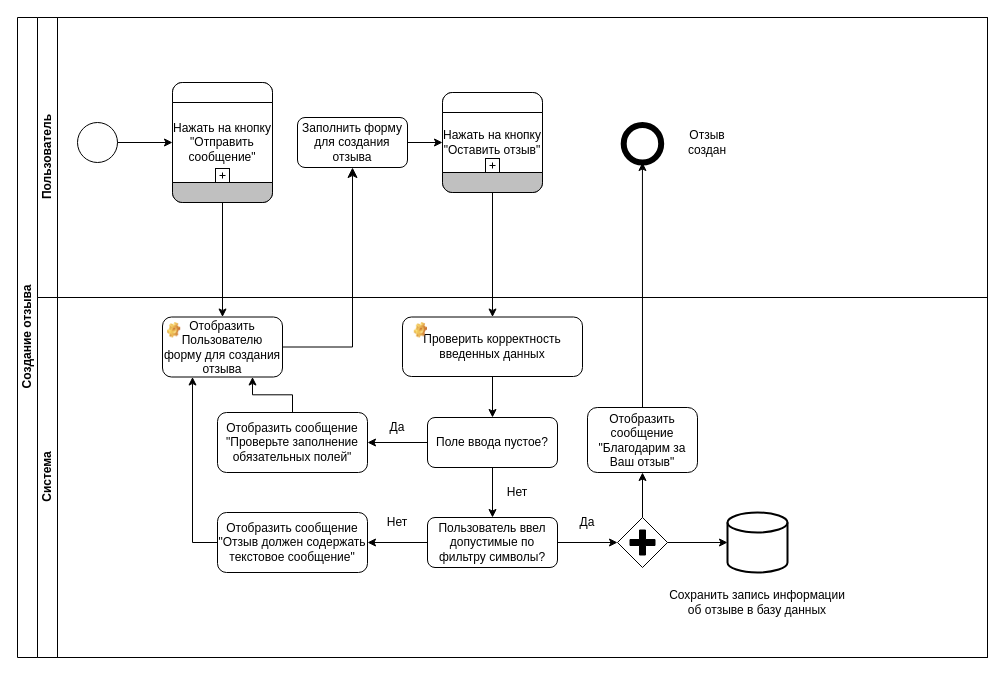
The draw.io diagram use case 2.drawio in pytonuserouner/UML_study, before the edit. Source tidied: cells renumbered, new cells numbered last; positions are measured from the earlier drawing's top-left corner, leaving out a move shared by most shapes. Both pictures are drawn from the tidied source at 100%, with x=0, y=0 at pixel (17, 17).
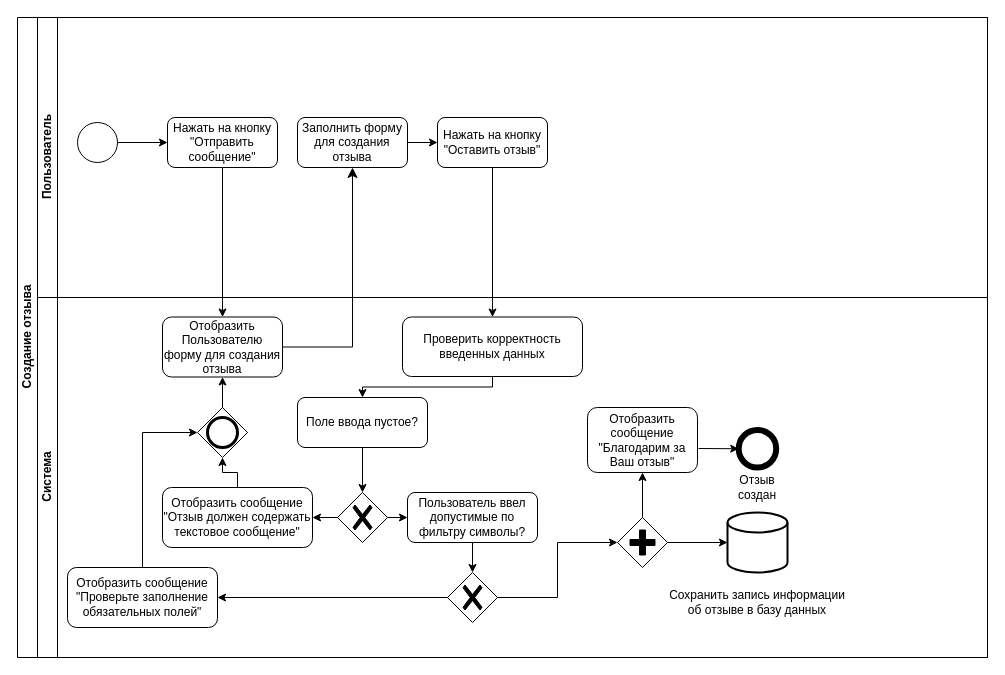
Above is the later version.

The change refers to these unchanged cells:
```xml
<mxCell id="2" value="Создание отзыва" style="swimlane;html=1;horizontal=0;startSize=20;" parent="1" vertex="1">
  <mxGeometry width="970" height="640" as="geometry" />
</mxCell>
<mxCell id="3" value="Пользователь" style="swimlane;html=1;startSize=20;horizontal=0;" parent="2" vertex="1">
  <mxGeometry x="20" width="950" height="280" as="geometry" />
</mxCell>
<mxCell id="4" style="ellipse;whiteSpace=wrap;html=1;" parent="3" vertex="1">
  <mxGeometry x="40" y="105" width="40" height="40" as="geometry" />
</mxCell>
<mxCell id="6" value="Заполнить форму для создания отзыва" style="rounded=1;whiteSpace=wrap;html=1;" parent="3" vertex="1">
  <mxGeometry x="260" y="100" width="110" height="50" as="geometry" />
</mxCell>
<mxCell id="20" value="Система" style="swimlane;html=1;startSize=20;horizontal=0;" parent="2" vertex="1">
  <mxGeometry x="20" y="280" width="950" height="360" as="geometry" />
</mxCell>
<mxCell id="21" value="Отобразить Пользователю форму для создания отзыва" style="rounded=1;whiteSpace=wrap;html=1;" parent="20" vertex="1">
  <mxGeometry x="125" y="19.5" width="120" height="60" as="geometry" />
</mxCell>
<mxCell id="26" value="Проверить корректность введенных данных" style="rounded=1;whiteSpace=wrap;html=1;" parent="20" vertex="1">
  <mxGeometry x="365" y="19.5" width="180" height="59.5" as="geometry" />
</mxCell>
<mxCell id="32" style="points=[[0.25,0.25,0],[0.5,0,0],[0.75,0.25,0],[1,0.5,0],[0.75,0.75,0],[0.5,1,0],[0.25,0.75,0],[0,0.5,0]];shape=mxgraph.bpmn.gateway2;html=1;verticalLabelPosition=bottom;labelBackgroundColor=#ffffff;verticalAlign=top;align=center;perimeter=rhombusPerimeter;outlineConnect=0;outline=none;symbol=none;gwType=parallel;" parent="20" vertex="1">
  <mxGeometry x="580" y="220" width="50" height="50" as="geometry" />
</mxCell>
<mxCell id="35" value="Отобразить сообщение &quot;Благодарим за Ваш отзыв&quot;" style="rounded=1;whiteSpace=wrap;html=1;" parent="20" vertex="1">
  <mxGeometry x="550" y="110" width="110" height="65" as="geometry" />
</mxCell>
```

The edit, as a diff of the source:
```diff
@@
-    <mxCell id="5" style="endArrow=classic;html=1;rounded=0;exitX=1;exitY=0.5;exitDx=0;exitDy=0;entryX=0;entryY=0.5;entryDx=0;entryDy=0;" parent="3" edge="1" source="4" target="10">
+    <mxCell id="5" style="endArrow=classic;html=1;rounded=0;exitX=1;exitY=0.5;exitDx=0;exitDy=0;entryX=0;entryY=0.5;entryDx=0;entryDy=0;" parent="3" edge="1" source="4" target="12">
       <mxGeometry relative="1" as="geometry" />
     </mxCell>
@@
-    <mxCell id="7" style="ellipse;whiteSpace=wrap;html=1;strokeWidth=6;" parent="3" vertex="1">
-      <mxGeometry x="586.2" y="107.5" width="37.5" height="37.5" as="geometry" />
-    </mxCell>
-    <mxCell id="8" value="Отзыв создан" style="text;html=1;align=center;verticalAlign=middle;whiteSpace=wrap;rounded=0;" parent="3" vertex="1">
-      <mxGeometry x="640" y="110" width="60" height="30" as="geometry" />
-    </mxCell>
-    <mxCell id="9" style="endArrow=classic;html=1;rounded=0;exitX=1;exitY=0.5;exitDx=0;exitDy=0;entryX=0;entryY=0.5;entryDx=0;entryDy=0;" parent="3" edge="1" source="6" target="14">
+    <mxCell id="9" style="endArrow=classic;html=1;rounded=0;exitX=1;exitY=0.5;exitDx=0;exitDy=0;entryX=0;entryY=0.5;entryDx=0;entryDy=0;" parent="3" edge="1" source="6" target="16">
       <mxGeometry relative="1" as="geometry" />
     </mxCell>
-    <mxCell id="10" style="rounded=1;whiteSpace=wrap;html=1;absoluteArcSize=1;arcSize=20;horizontal=1;" parent="3" vertex="1">
-      <mxGeometry x="135" y="65" width="100" height="120" as="geometry" />
-    </mxCell>
-    <mxCell id="11" style="whiteSpace=wrap;html=1;shape=mxgraph.basic.rect;size=10;rectStyle=rounded;bottomRightStyle=square;bottomLeftStyle=square;" parent="10" vertex="1">
-      <mxGeometry width="100" height="20" as="geometry" />
-    </mxCell>
-    <mxCell id="12" value="Нажать на кнопку &quot;Отправить сообщение&quot;" style="shape=mxgraph.bpmn.task;arcSize=0;taskMarker=abstract;isLoopSub=1;whiteSpace=wrap;html=1;" parent="10" vertex="1">
-      <mxGeometry y="20" width="100" height="80" as="geometry" />
+    <mxCell id="12" value="Нажать на кнопку &quot;Отправить сообщение&quot;" style="rounded=1;whiteSpace=wrap;html=1;" parent="3" vertex="1">
+      <mxGeometry x="130" y="100" width="110" height="50" as="geometry" />
     </mxCell>
-    <mxCell id="13" style="whiteSpace=wrap;html=1;shape=mxgraph.basic.rect;size=10;rectStyle=rounded;topRightStyle=square;topLeftStyle=square;fillColor=#C0C0C0;" parent="10" vertex="1">
-      <mxGeometry y="100" width="100" height="20" as="geometry" />
-    </mxCell>
-    <mxCell id="14" style="rounded=1;whiteSpace=wrap;html=1;absoluteArcSize=1;arcSize=20;horizontal=1;" parent="3" vertex="1">
-      <mxGeometry x="405" y="75" width="100" height="100" as="geometry" />
-    </mxCell>
-    <mxCell id="15" style="whiteSpace=wrap;html=1;shape=mxgraph.basic.rect;size=10;rectStyle=rounded;bottomRightStyle=square;bottomLeftStyle=square;" parent="14" vertex="1">
-      <mxGeometry width="100" height="20" as="geometry" />
-    </mxCell>
-    <mxCell id="16" value="Нажать на кнопку &quot;Оставить отзыв&quot;" style="shape=mxgraph.bpmn.task;arcSize=0;taskMarker=abstract;isLoopSub=1;whiteSpace=wrap;html=1;" parent="14" vertex="1">
-      <mxGeometry y="20" width="100" height="60" as="geometry" />
+    <mxCell id="16" value="Нажать на кнопку &quot;Оставить отзыв&quot;" style="rounded=1;whiteSpace=wrap;html=1;" parent="3" vertex="1">
+      <mxGeometry x="400" y="100" width="110" height="50" as="geometry" />
     </mxCell>
-    <mxCell id="17" style="whiteSpace=wrap;html=1;shape=mxgraph.basic.rect;size=10;rectStyle=rounded;topRightStyle=square;topLeftStyle=square;fillColor=#C0C0C0;" parent="14" vertex="1">
-      <mxGeometry y="80" width="100" height="20" as="geometry" />
-    </mxCell>
-    <mxCell id="18" style="endArrow=classic;html=1;rounded=0;exitX=0.5;exitY=1;exitDx=0;exitDy=0;entryX=0.5;entryY=0;entryDx=0;entryDy=0;" parent="2" edge="1" source="10" target="21">
+    <mxCell id="18" style="endArrow=classic;html=1;rounded=0;exitX=0.5;exitY=1;exitDx=0;exitDy=0;entryX=0.5;entryY=0;entryDx=0;entryDy=0;" parent="2" edge="1" source="12" target="21">
       <mxGeometry relative="1" as="geometry" />
     </mxCell>
@@
+    <mxCell id="46" style="endArrow=classic;html=1;rounded=0;exitX=0.5;exitY=1;exitDx=0;exitDy=0;entryX=0.5;entryY=0;entryDx=0;entryDy=0;" parent="2" edge="1" source="16" target="26">
+      <mxGeometry relative="1" as="geometry" />
+    </mxCell>
@@
-    <mxCell id="23" style="shape=image;html=1;verticalLabelPosition=bottom;verticalAlign=top;imageAspect=1;image=img/clipart/Gear_128x128.png;" parent="20" vertex="1">
-      <mxGeometry x="130" y="25" width="13.2" height="15.5" as="geometry" />
-    </mxCell>
@@
     <mxCell id="25" value="Поле ввода пустое?" style="rounded=1;whiteSpace=wrap;html=1;" parent="20" vertex="1">
-      <mxGeometry x="390" y="120" width="130" height="50" as="geometry" />
+      <mxGeometry x="260" y="100" width="130" height="50" as="geometry" />
     </mxCell>
@@
-    <mxCell id="27" style="shape=image;html=1;verticalLabelPosition=bottom;verticalAlign=top;imageAspect=1;image=img/clipart/Gear_128x128.png;" parent="20" vertex="1">
-      <mxGeometry x="376.8" y="25" width="13.2" height="15.5" as="geometry" />
-    </mxCell>
-    <mxCell id="28" style="endArrow=classic;html=1;rounded=0;exitX=0.5;exitY=1;exitDx=0;exitDy=0;" parent="20" edge="1" source="26" target="25">
-      <mxGeometry relative="1" as="geometry" />
-    </mxCell>
-    <mxCell id="29" value="Нет" style="text;html=1;align=center;verticalAlign=middle;whiteSpace=wrap;rounded=0;" parent="20" vertex="1">
-      <mxGeometry x="450" y="180" width="60" height="30" as="geometry" />
-    </mxCell>
-    <mxCell id="30" value="Нет" style="text;html=1;align=center;verticalAlign=middle;whiteSpace=wrap;rounded=0;" parent="20" vertex="1">
-      <mxGeometry x="330" y="210" width="60" height="30" as="geometry" />
-    </mxCell>
-    <mxCell id="31" value="Да" style="text;html=1;align=center;verticalAlign=middle;whiteSpace=wrap;rounded=0;" parent="20" vertex="1">
-      <mxGeometry x="520" y="210" width="60" height="30" as="geometry" />
-    </mxCell>
@@
-    <mxCell id="33" style="endArrow=classic;html=1;rounded=0;exitX=1;exitY=0.5;exitDx=0;exitDy=0;entryX=0;entryY=0.5;entryDx=0;entryDy=0;entryPerimeter=0;" parent="20" edge="1" target="32">
-      <mxGeometry relative="1" as="geometry">
-        <mxPoint x="520" y="245" as="sourcePoint" />
-      </mxGeometry>
+    <mxCell id="33" style="endArrow=classic;html=1;rounded=0;exitX=1;exitY=0.5;exitDx=0;exitDy=0;entryX=0;entryY=0.5;entryDx=0;entryDy=0;entryPerimeter=0;exitPerimeter=0;edgeStyle=orthogonalEdgeStyle;" parent="20" edge="1" source="55" target="32">
+      <mxGeometry relative="1" as="geometry" />
     </mxCell>
@@
     <mxCell id="37" value="Отобразить сообщение &quot;Проверьте заполнение обязательных полей&quot;" style="rounded=1;whiteSpace=wrap;html=1;" parent="20" vertex="1">
-      <mxGeometry x="180" y="115" width="150" height="60" as="geometry" />
+      <mxGeometry x="30" y="270" width="150" height="60" as="geometry" />
     </mxCell>
-    <mxCell id="38" style="endArrow=classic;html=1;rounded=0;entryX=1;entryY=0.5;entryDx=0;entryDy=0;exitX=0;exitY=0.5;exitDx=0;exitDy=0;" parent="20" edge="1" source="25" target="37">
-      <mxGeometry relative="1" as="geometry" />
-    </mxCell>
     <mxCell id="39" value="Пользователь ввел допустимые по фильтру символы?" style="rounded=1;whiteSpace=wrap;html=1;" parent="20" vertex="1">
-      <mxGeometry x="390" y="220" width="130" height="50" as="geometry" />
+      <mxGeometry x="370" y="195" width="130" height="50" as="geometry" />
     </mxCell>
-    <mxCell id="40" style="endArrow=classic;html=1;rounded=0;entryX=0.5;entryY=0;entryDx=0;entryDy=0;exitX=0.5;exitY=1;exitDx=0;exitDy=0;" parent="20" edge="1" source="25" target="39">
+    <mxCell id="40" style="endArrow=classic;html=1;rounded=0;entryX=0.5;entryY=0;entryDx=0;entryDy=0;exitX=0.5;exitY=1;exitDx=0;exitDy=0;entryPerimeter=0;" parent="20" edge="1" source="25" target="52">
       <mxGeometry relative="1" as="geometry" />
     </mxCell>
-    <mxCell id="41" value="Да" style="text;html=1;align=center;verticalAlign=middle;whiteSpace=wrap;rounded=0;" parent="20" vertex="1">
-      <mxGeometry x="330" y="115" width="60" height="30" as="geometry" />
-    </mxCell>
     <mxCell id="42" value="Отобразить сообщение &quot;Отзыв должен содержать текстовое сообщение&quot;" style="rounded=1;whiteSpace=wrap;html=1;" parent="20" vertex="1">
-      <mxGeometry x="180" y="215" width="150" height="60" as="geometry" />
+      <mxGeometry x="125" y="190" width="150" height="60" as="geometry" />
     </mxCell>
-    <mxCell id="43" style="endArrow=classic;html=1;rounded=0;entryX=1;entryY=0.5;entryDx=0;entryDy=0;exitX=0;exitY=0.5;exitDx=0;exitDy=0;" parent="20" edge="1" source="39" target="42">
-      <mxGeometry relative="1" as="geometry" />
-    </mxCell>
-    <mxCell id="44" style="endArrow=classic;html=1;rounded=0;entryX=0.25;entryY=1;entryDx=0;entryDy=0;exitX=0;exitY=0.5;exitDx=0;exitDy=0;edgeStyle=orthogonalEdgeStyle;" parent="20" edge="1" source="42" target="21">
-      <mxGeometry relative="1" as="geometry" />
-    </mxCell>
-    <mxCell id="45" style="endArrow=classic;html=1;rounded=0;entryX=0.75;entryY=1;entryDx=0;entryDy=0;exitX=0.5;exitY=0;exitDx=0;exitDy=0;edgeStyle=orthogonalEdgeStyle;" parent="20" edge="1" source="37" target="21">
-      <mxGeometry relative="1" as="geometry" />
-    </mxCell>
-    <mxCell id="46" style="endArrow=classic;html=1;rounded=0;exitX=0.5;exitY=1;exitDx=0;exitDy=0;entryX=0.5;entryY=0;entryDx=0;entryDy=0;" parent="2" edge="1" source="14" target="26">
-      <mxGeometry relative="1" as="geometry" />
-    </mxCell>
+    <mxCell id="8" value="Отзыв создан" style="text;html=1;align=center;verticalAlign=middle;whiteSpace=wrap;rounded=0;" parent="20" vertex="1">
+      <mxGeometry x="690" y="175" width="60" height="30" as="geometry" />
+    </mxCell>
+    <mxCell id="7" style="ellipse;whiteSpace=wrap;html=1;strokeWidth=6;" parent="20" vertex="1">
+      <mxGeometry x="701.2" y="132.5" width="37.5" height="37.5" as="geometry" />
+    </mxCell>
-    <mxCell id="47" style="endArrow=classic;html=1;rounded=0;exitX=0.5;exitY=0;exitDx=0;exitDy=0;entryX=0.5;entryY=1;entryDx=0;entryDy=0;" parent="2" edge="1" source="35" target="7">
+    <mxCell id="47" style="endArrow=classic;html=1;rounded=0;exitX=1.009;exitY=0.631;exitDx=0;exitDy=0;entryX=0;entryY=0.5;entryDx=0;entryDy=0;exitPerimeter=0;" parent="20" edge="1" source="35" target="7">
       <mxGeometry relative="1" as="geometry" />
     </mxCell>
+    <mxCell id="48" style="endArrow=classic;html=1;rounded=0;entryX=0.5;entryY=1;entryDx=0;entryDy=0;exitX=0.5;exitY=0;exitDx=0;exitDy=0;exitPerimeter=0;" parent="20" edge="1" source="50" target="21">
+      <mxGeometry relative="1" as="geometry" />
+    </mxCell>
+    <mxCell id="49" style="endArrow=classic;html=1;rounded=0;exitX=0.5;exitY=0;exitDx=0;exitDy=0;entryX=0;entryY=0.5;entryDx=0;entryDy=0;entryPerimeter=0;edgeStyle=orthogonalEdgeStyle;" parent="20" edge="1" source="37" target="50">
+      <mxGeometry relative="1" as="geometry" />
+    </mxCell>
+    <mxCell id="50" style="points=[[0.25,0.25,0],[0.5,0,0],[0.75,0.25,0],[1,0.5,0],[0.75,0.75,0],[0.5,1,0],[0.25,0.75,0],[0,0.5,0]];shape=mxgraph.bpmn.gateway2;html=1;verticalLabelPosition=bottom;labelBackgroundColor=#ffffff;verticalAlign=top;align=center;perimeter=rhombusPerimeter;outlineConnect=0;outline=end;symbol=general;" parent="20" vertex="1">
+      <mxGeometry x="160" y="110" width="50" height="50" as="geometry" />
+    </mxCell>
+    <mxCell id="51" style="endArrow=classic;html=1;rounded=0;exitX=0.5;exitY=0;exitDx=0;exitDy=0;entryX=0.5;entryY=1;entryDx=0;entryDy=0;entryPerimeter=0;edgeStyle=orthogonalEdgeStyle;" parent="20" edge="1" source="42" target="50">
+      <mxGeometry relative="1" as="geometry" />
+    </mxCell>
+    <mxCell id="52" style="points=[[0.25,0.25,0],[0.5,0,0],[0.75,0.25,0],[1,0.5,0],[0.75,0.75,0],[0.5,1,0],[0.25,0.75,0],[0,0.5,0]];shape=mxgraph.bpmn.gateway2;html=1;verticalLabelPosition=bottom;labelBackgroundColor=#ffffff;verticalAlign=top;align=center;perimeter=rhombusPerimeter;outlineConnect=0;outline=none;symbol=none;gwType=exclusive;" parent="20" vertex="1">
+      <mxGeometry x="300" y="195" width="50" height="50" as="geometry" />
+    </mxCell>
+    <mxCell id="28" style="endArrow=classic;html=1;rounded=0;exitX=0.5;exitY=1;exitDx=0;exitDy=0;entryX=0.5;entryY=0;entryDx=0;entryDy=0;edgeStyle=orthogonalEdgeStyle;" parent="20" edge="1" source="26" target="25">
+      <mxGeometry relative="1" as="geometry" />
+    </mxCell>
+    <mxCell id="53" style="endArrow=classic;html=1;rounded=0;exitX=0;exitY=0.5;exitDx=0;exitDy=0;exitPerimeter=0;entryX=1;entryY=0.5;entryDx=0;entryDy=0;" parent="20" edge="1" source="52" target="42">
+      <mxGeometry relative="1" as="geometry" />
+    </mxCell>
+    <mxCell id="54" style="endArrow=classic;html=1;rounded=0;exitX=1;exitY=0.5;exitDx=0;exitDy=0;exitPerimeter=0;entryX=0;entryY=0.5;entryDx=0;entryDy=0;" parent="20" edge="1" source="52" target="39">
+      <mxGeometry relative="1" as="geometry" />
+    </mxCell>
+    <mxCell id="55" style="points=[[0.25,0.25,0],[0.5,0,0],[0.75,0.25,0],[1,0.5,0],[0.75,0.75,0],[0.5,1,0],[0.25,0.75,0],[0,0.5,0]];shape=mxgraph.bpmn.gateway2;html=1;verticalLabelPosition=bottom;labelBackgroundColor=#ffffff;verticalAlign=top;align=center;perimeter=rhombusPerimeter;outlineConnect=0;outline=none;symbol=none;gwType=exclusive;" parent="20" vertex="1">
+      <mxGeometry x="410" y="275" width="50" height="50" as="geometry" />
+    </mxCell>
+    <mxCell id="56" style="endArrow=classic;html=1;rounded=0;exitX=0.5;exitY=1;exitDx=0;exitDy=0;entryX=0.5;entryY=0;entryDx=0;entryDy=0;entryPerimeter=0;" parent="20" edge="1" source="39" target="55">
+      <mxGeometry relative="1" as="geometry" />
+    </mxCell>
+    <mxCell id="57" style="endArrow=classic;html=1;rounded=0;exitX=0;exitY=0.5;exitDx=0;exitDy=0;exitPerimeter=0;entryX=1;entryY=0.5;entryDx=0;entryDy=0;" parent="20" edge="1" source="55" target="37">
+      <mxGeometry relative="1" as="geometry" />
+    </mxCell>
```
